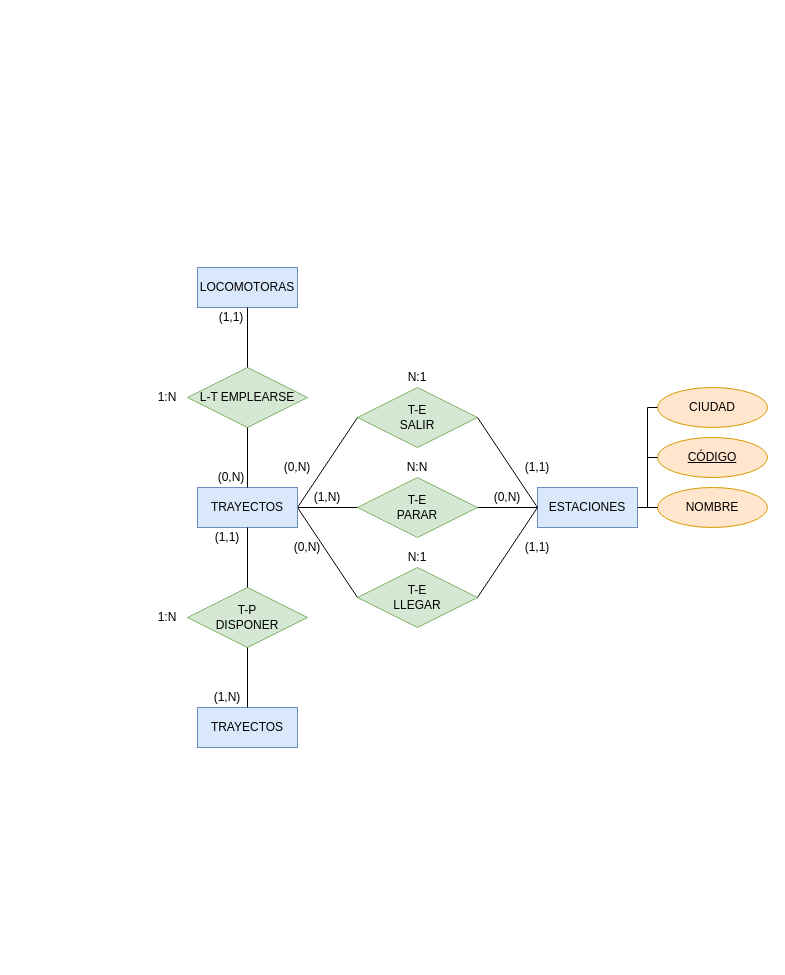
Before: Alta_Velocidad.drawio in Axel-Vicente/BBDD, a draw.io diagram. Source tidied: cells renumbered, new cells numbered last; positions are measured from the earlier drawing's top-left corner, leaving out a move shared by most shapes. Both pictures are drawn from the tidied source at 100%, with x=0, y=0 at pixel (147, 267).
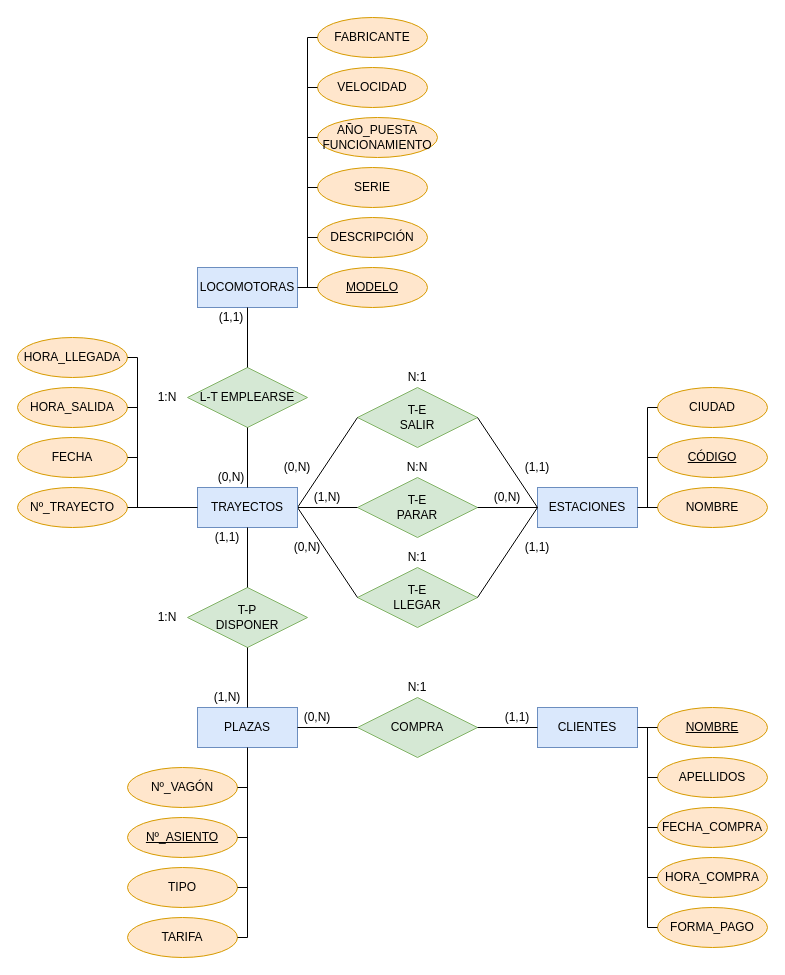
Above is the later version.

The change refers to these unchanged cells:
```xml
<mxCell id="15" value="TRAYECTOS" style="whiteSpace=wrap;html=1;align=center;fillColor=#dae8fc;strokeColor=#6c8ebf;" parent="1" vertex="1">
  <mxGeometry x="50" y="220" width="100" height="40" as="geometry" />
</mxCell>
<mxCell id="24" value="LOCOMOTORAS" style="whiteSpace=wrap;html=1;align=center;fillColor=#dae8fc;strokeColor=#6c8ebf;" parent="1" vertex="1">
  <mxGeometry x="50" width="100" height="40" as="geometry" />
</mxCell>
```

The edit, as a diff of the source:
```diff
@@
-    <mxCell id="31" value="TRAYECTOS" style="whiteSpace=wrap;html=1;align=center;fillColor=#dae8fc;strokeColor=#6c8ebf;" parent="1" vertex="1">
+    <mxCell id="31" value="PLAZAS" style="whiteSpace=wrap;html=1;align=center;fillColor=#dae8fc;strokeColor=#6c8ebf;" parent="1" vertex="1">
       <mxGeometry x="50" y="440" width="100" height="40" as="geometry" />
     </mxCell>
@@
+    <mxCell id="43" value="CLIENTES" style="whiteSpace=wrap;html=1;align=center;fillColor=#dae8fc;strokeColor=#6c8ebf;" parent="1" vertex="1">
+      <mxGeometry x="390" y="440" width="100" height="40" as="geometry" />
+    </mxCell>
+    <mxCell id="44" value="COMPRA" style="shape=rhombus;perimeter=rhombusPerimeter;whiteSpace=wrap;html=1;align=center;fillColor=#d5e8d4;strokeColor=#82b366;" parent="1" vertex="1">
+      <mxGeometry x="210" y="430" width="120" height="60" as="geometry" />
+    </mxCell>
+    <mxCell id="45" style="endArrow=none;html=1;exitX=1;exitY=0.5;exitDx=0;exitDy=0;entryX=0;entryY=0.5;entryDx=0;entryDy=0;" parent="1" edge="1" source="31" target="44">
+      <mxGeometry relative="1" as="geometry" />
+    </mxCell>
+    <mxCell id="46" style="endArrow=none;html=1;exitX=1;exitY=0.5;exitDx=0;exitDy=0;entryX=0;entryY=0.5;entryDx=0;entryDy=0;" parent="1" edge="1" source="44" target="43">
+      <mxGeometry relative="1" as="geometry" />
+    </mxCell>
+    <mxCell id="47" value="(1,1)" style="text;html=1;strokeColor=none;fillColor=none;align=center;verticalAlign=middle;whiteSpace=wrap;rounded=0;" parent="1" vertex="1">
+      <mxGeometry x="350" y="440" width="40" height="20" as="geometry" />
+    </mxCell>
+    <mxCell id="48" value="(0,N)" style="text;html=1;strokeColor=none;fillColor=none;align=center;verticalAlign=middle;whiteSpace=wrap;rounded=0;" parent="1" vertex="1">
+      <mxGeometry x="150" y="440" width="40" height="20" as="geometry" />
+    </mxCell>
+    <mxCell id="49" value="N:1" style="text;html=1;strokeColor=none;fillColor=none;align=center;verticalAlign=middle;whiteSpace=wrap;rounded=0;" parent="1" vertex="1">
+      <mxGeometry x="250" y="410" width="40" height="20" as="geometry" />
+    </mxCell>
+    <mxCell id="50" value="NOMBRE" style="ellipse;whiteSpace=wrap;html=1;align=center;fillColor=#ffe6cc;strokeColor=#d79b00;fontStyle=4;" parent="1" vertex="1">
+      <mxGeometry x="510" y="440" width="110" height="40" as="geometry" />
+    </mxCell>
+    <mxCell id="51" value="APELLIDOS" style="ellipse;whiteSpace=wrap;html=1;align=center;fillColor=#ffe6cc;strokeColor=#d79b00;" parent="1" vertex="1">
+      <mxGeometry x="510" y="490" width="110" height="40" as="geometry" />
+    </mxCell>
+    <mxCell id="52" value="FECHA_COMPRA" style="ellipse;whiteSpace=wrap;html=1;align=center;fillColor=#ffe6cc;strokeColor=#d79b00;" parent="1" vertex="1">
+      <mxGeometry x="510" y="540" width="110" height="40" as="geometry" />
+    </mxCell>
+    <mxCell id="53" value="HORA_COMPRA" style="ellipse;whiteSpace=wrap;html=1;align=center;fillColor=#ffe6cc;strokeColor=#d79b00;" parent="1" vertex="1">
+      <mxGeometry x="510" y="590" width="110" height="40" as="geometry" />
+    </mxCell>
+    <mxCell id="54" value="FORMA_PAGO" style="ellipse;whiteSpace=wrap;html=1;align=center;fillColor=#ffe6cc;strokeColor=#d79b00;" parent="1" vertex="1">
+      <mxGeometry x="510" y="640" width="110" height="40" as="geometry" />
+    </mxCell>
+    <mxCell id="55" style="endArrow=none;html=1;entryX=1;entryY=0.5;entryDx=0;entryDy=0;exitX=0;exitY=0.5;exitDx=0;exitDy=0;" parent="1" edge="1" source="50" target="43">
+      <mxGeometry relative="1" as="geometry" />
+    </mxCell>
+    <mxCell id="56" style="endArrow=none;html=1;" parent="1" edge="1">
+      <mxGeometry relative="1" as="geometry">
+        <mxPoint x="500" y="660" as="sourcePoint" />
+        <mxPoint x="500" y="460" as="targetPoint" />
+      </mxGeometry>
+    </mxCell>
+    <mxCell id="57" style="endArrow=none;html=1;entryX=0;entryY=0.5;entryDx=0;entryDy=0;" parent="1" edge="1" target="51">
+      <mxGeometry relative="1" as="geometry">
+        <mxPoint x="500" y="510" as="sourcePoint" />
+      </mxGeometry>
+    </mxCell>
+    <mxCell id="58" style="endArrow=none;html=1;entryX=0;entryY=0.5;entryDx=0;entryDy=0;" parent="1" edge="1" target="52">
+      <mxGeometry relative="1" as="geometry">
+        <mxPoint x="500" y="560" as="sourcePoint" />
+      </mxGeometry>
+    </mxCell>
+    <mxCell id="59" style="endArrow=none;html=1;entryX=0;entryY=0.5;entryDx=0;entryDy=0;" parent="1" edge="1" target="53">
+      <mxGeometry relative="1" as="geometry">
+        <mxPoint x="500" y="610" as="sourcePoint" />
+      </mxGeometry>
+    </mxCell>
+    <mxCell id="60" style="endArrow=none;html=1;entryX=0;entryY=0.5;entryDx=0;entryDy=0;" parent="1" edge="1" target="54">
+      <mxGeometry relative="1" as="geometry">
+        <mxPoint x="500" y="660" as="sourcePoint" />
+      </mxGeometry>
+    </mxCell>
+    <mxCell id="61" value="MODELO" style="ellipse;whiteSpace=wrap;html=1;align=center;fillColor=#ffe6cc;strokeColor=#d79b00;fontStyle=4;" parent="1" vertex="1">
+      <mxGeometry x="170" width="110" height="40" as="geometry" />
+    </mxCell>
+    <mxCell id="62" value="FABRICANTE" style="ellipse;whiteSpace=wrap;html=1;align=center;fillColor=#ffe6cc;strokeColor=#d79b00;" parent="1" vertex="1">
+      <mxGeometry x="170" y="-250" width="110" height="40" as="geometry" />
+    </mxCell>
+    <mxCell id="63" value="VELOCIDAD" style="ellipse;whiteSpace=wrap;html=1;align=center;fillColor=#ffe6cc;strokeColor=#d79b00;" parent="1" vertex="1">
+      <mxGeometry x="170" y="-200" width="110" height="40" as="geometry" />
+    </mxCell>
+    <mxCell id="64" value="AÑO_PUESTA&lt;br&gt;FUNCIONAMIENTO" style="ellipse;whiteSpace=wrap;html=1;align=center;fillColor=#ffe6cc;strokeColor=#d79b00;" parent="1" vertex="1">
+      <mxGeometry x="170" y="-150" width="120" height="40" as="geometry" />
+    </mxCell>
+    <mxCell id="65" value="DESCRIPCIÓN" style="ellipse;whiteSpace=wrap;html=1;align=center;fillColor=#ffe6cc;strokeColor=#d79b00;" parent="1" vertex="1">
+      <mxGeometry x="170" y="-50" width="110" height="40" as="geometry" />
+    </mxCell>
+    <mxCell id="66" value="SERIE" style="ellipse;whiteSpace=wrap;html=1;align=center;fillColor=#ffe6cc;strokeColor=#d79b00;" parent="1" vertex="1">
+      <mxGeometry x="170" y="-100" width="110" height="40" as="geometry" />
+    </mxCell>
+    <mxCell id="67" style="endArrow=none;html=1;exitX=1;exitY=0.5;exitDx=0;exitDy=0;entryX=0;entryY=0.5;entryDx=0;entryDy=0;" parent="1" edge="1" source="24" target="61">
+      <mxGeometry relative="1" as="geometry" />
+    </mxCell>
+    <mxCell id="68" style="endArrow=none;html=1;" parent="1" edge="1">
+      <mxGeometry relative="1" as="geometry">
+        <mxPoint x="160" y="20" as="sourcePoint" />
+        <mxPoint x="160" y="-230" as="targetPoint" />
+      </mxGeometry>
+    </mxCell>
+    <mxCell id="69" style="endArrow=none;html=1;exitX=0;exitY=0.5;exitDx=0;exitDy=0;" parent="1" edge="1" source="62">
+      <mxGeometry relative="1" as="geometry">
+        <mxPoint x="160" y="-230" as="targetPoint" />
+      </mxGeometry>
+    </mxCell>
+    <mxCell id="70" style="endArrow=none;html=1;exitX=0;exitY=0.5;exitDx=0;exitDy=0;" parent="1" edge="1" source="63">
+      <mxGeometry relative="1" as="geometry">
+        <mxPoint x="160" y="-180" as="targetPoint" />
+      </mxGeometry>
+    </mxCell>
+    <mxCell id="71" style="endArrow=none;html=1;exitX=0;exitY=0.5;exitDx=0;exitDy=0;" parent="1" edge="1" source="64">
+      <mxGeometry relative="1" as="geometry">
+        <mxPoint x="160" y="-130" as="targetPoint" />
+      </mxGeometry>
+    </mxCell>
+    <mxCell id="72" style="endArrow=none;html=1;exitX=0;exitY=0.5;exitDx=0;exitDy=0;" parent="1" edge="1" source="66">
+      <mxGeometry relative="1" as="geometry">
+        <mxPoint x="160" y="-80" as="targetPoint" />
+      </mxGeometry>
+    </mxCell>
+    <mxCell id="73" style="endArrow=none;html=1;exitX=0;exitY=0.5;exitDx=0;exitDy=0;" parent="1" edge="1" source="65">
+      <mxGeometry relative="1" as="geometry">
+        <mxPoint x="160" y="-30" as="targetPoint" />
+      </mxGeometry>
+    </mxCell>
+    <mxCell id="74" value="Nº_VAGÓN" style="ellipse;whiteSpace=wrap;html=1;align=center;fillColor=#ffe6cc;strokeColor=#d79b00;" parent="1" vertex="1">
+      <mxGeometry x="-20" y="500" width="110" height="40" as="geometry" />
+    </mxCell>
+    <mxCell id="75" value="Nº_ASIENTO" style="ellipse;whiteSpace=wrap;html=1;align=center;fillColor=#ffe6cc;strokeColor=#d79b00;fontStyle=4;" parent="1" vertex="1">
+      <mxGeometry x="-20" y="550" width="110" height="40" as="geometry" />
+    </mxCell>
+    <mxCell id="76" value="TIPO" style="ellipse;whiteSpace=wrap;html=1;align=center;fillColor=#ffe6cc;strokeColor=#d79b00;" parent="1" vertex="1">
+      <mxGeometry x="-20" y="600" width="110" height="40" as="geometry" />
+    </mxCell>
+    <mxCell id="77" value="TARIFA" style="ellipse;whiteSpace=wrap;html=1;align=center;fillColor=#ffe6cc;strokeColor=#d79b00;" parent="1" vertex="1">
+      <mxGeometry x="-20" y="650" width="110" height="40" as="geometry" />
+    </mxCell>
+    <mxCell id="78" style="endArrow=none;html=1;entryX=0.5;entryY=1;entryDx=0;entryDy=0;" parent="1" edge="1" target="31">
+      <mxGeometry relative="1" as="geometry">
+        <mxPoint x="100" y="670" as="sourcePoint" />
+      </mxGeometry>
+    </mxCell>
+    <mxCell id="79" style="endArrow=none;html=1;entryX=1;entryY=0.5;entryDx=0;entryDy=0;" parent="1" edge="1" target="77">
+      <mxGeometry relative="1" as="geometry">
+        <mxPoint x="100" y="670" as="sourcePoint" />
+      </mxGeometry>
+    </mxCell>
+    <mxCell id="80" style="endArrow=none;html=1;entryX=1;entryY=0.5;entryDx=0;entryDy=0;" parent="1" edge="1" target="76">
+      <mxGeometry relative="1" as="geometry">
+        <mxPoint x="100" y="620" as="sourcePoint" />
+      </mxGeometry>
+    </mxCell>
+    <mxCell id="81" style="endArrow=none;html=1;entryX=1;entryY=0.5;entryDx=0;entryDy=0;" parent="1" edge="1" target="75">
+      <mxGeometry relative="1" as="geometry">
+        <mxPoint x="100" y="570" as="sourcePoint" />
+      </mxGeometry>
+    </mxCell>
+    <mxCell id="82" style="endArrow=none;html=1;entryX=1;entryY=0.5;entryDx=0;entryDy=0;" parent="1" edge="1" target="74">
+      <mxGeometry relative="1" as="geometry">
+        <mxPoint x="100" y="520" as="sourcePoint" />
+      </mxGeometry>
+    </mxCell>
+    <mxCell id="83" value="Nº_TRAYECTO" style="ellipse;whiteSpace=wrap;html=1;align=center;fillColor=#ffe6cc;strokeColor=#d79b00;" parent="1" vertex="1">
+      <mxGeometry x="-130" y="220" width="110" height="40" as="geometry" />
+    </mxCell>
+    <mxCell id="84" value="HORA_LLEGADA" style="ellipse;whiteSpace=wrap;html=1;align=center;fillColor=#ffe6cc;strokeColor=#d79b00;" parent="1" vertex="1">
+      <mxGeometry x="-130" y="70" width="110" height="40" as="geometry" />
+    </mxCell>
+    <mxCell id="85" value="HORA_SALIDA" style="ellipse;whiteSpace=wrap;html=1;align=center;fillColor=#ffe6cc;strokeColor=#d79b00;" parent="1" vertex="1">
+      <mxGeometry x="-130" y="120" width="110" height="40" as="geometry" />
+    </mxCell>
+    <mxCell id="86" value="FECHA" style="ellipse;whiteSpace=wrap;html=1;align=center;fillColor=#ffe6cc;strokeColor=#d79b00;" parent="1" vertex="1">
+      <mxGeometry x="-130" y="170" width="110" height="40" as="geometry" />
+    </mxCell>
+    <mxCell id="87" style="endArrow=none;html=1;entryX=0;entryY=0.5;entryDx=0;entryDy=0;exitX=1;exitY=0.5;exitDx=0;exitDy=0;" parent="1" edge="1" source="83" target="15">
+      <mxGeometry relative="1" as="geometry" />
+    </mxCell>
+    <mxCell id="88" style="endArrow=none;html=1;" parent="1" edge="1">
+      <mxGeometry relative="1" as="geometry">
+        <mxPoint x="-10" y="240" as="sourcePoint" />
+        <mxPoint x="-10" y="90" as="targetPoint" />
+      </mxGeometry>
+    </mxCell>
+    <mxCell id="89" style="endArrow=none;html=1;exitX=1;exitY=0.5;exitDx=0;exitDy=0;" parent="1" edge="1" source="86">
+      <mxGeometry relative="1" as="geometry">
+        <mxPoint x="-10" y="190" as="targetPoint" />
+      </mxGeometry>
+    </mxCell>
+    <mxCell id="90" style="endArrow=none;html=1;exitX=1;exitY=0.5;exitDx=0;exitDy=0;" parent="1" edge="1" source="85">
+      <mxGeometry relative="1" as="geometry">
+        <mxPoint x="-10" y="140" as="targetPoint" />
+      </mxGeometry>
+    </mxCell>
+    <mxCell id="91" style="endArrow=none;html=1;exitX=1;exitY=0.5;exitDx=0;exitDy=0;" parent="1" edge="1" source="84">
+      <mxGeometry relative="1" as="geometry">
+        <mxPoint x="-10" y="90" as="targetPoint" />
+      </mxGeometry>
+    </mxCell>
```
